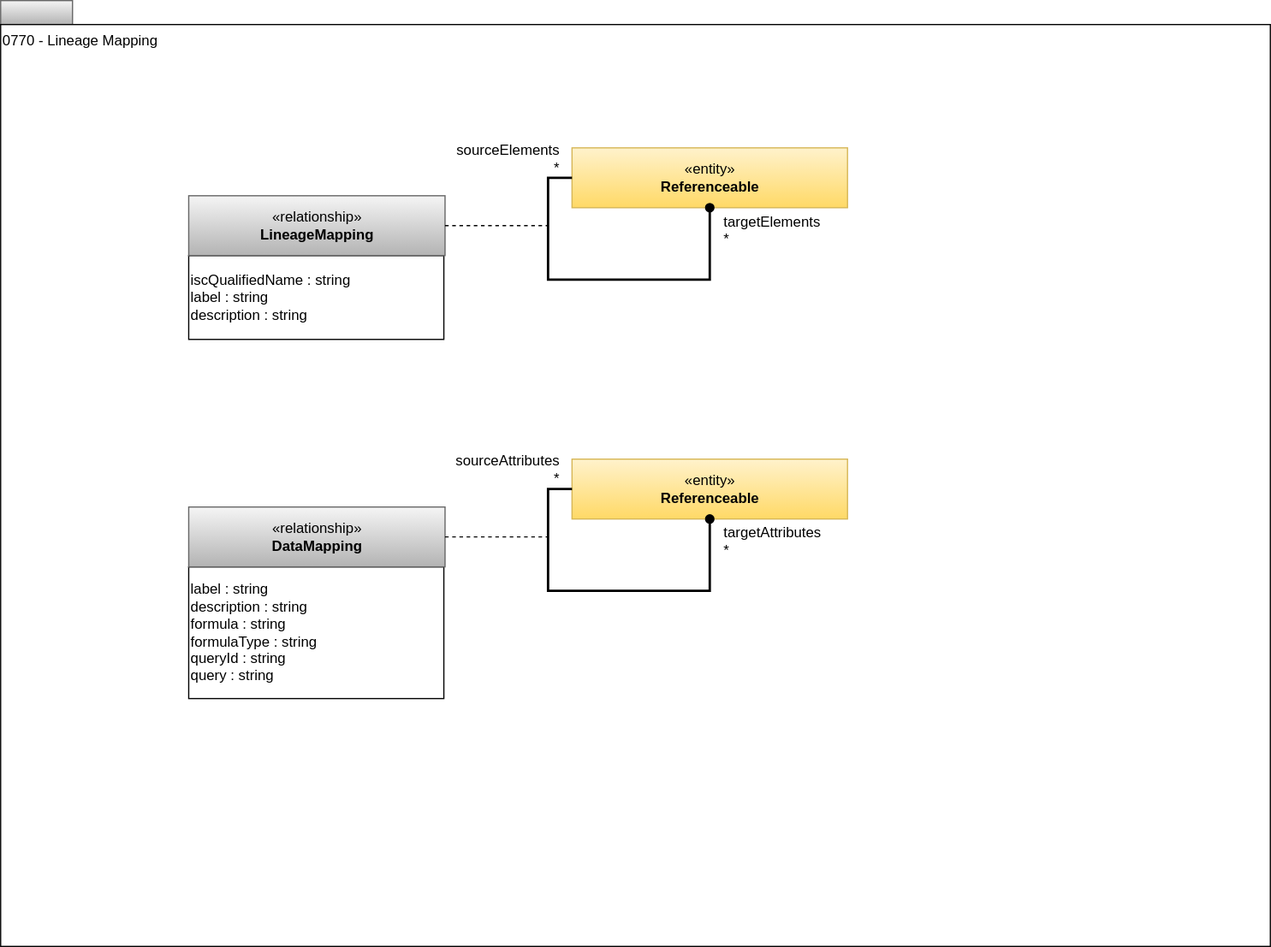
Earlier version of the draw.io export site/docs/types/7/0770-Lineage-Mapping.svg (odpi/egeria-docs). Source tidied: cells renumbered, new cells last; positions are measured from the earlier drawing's top-left corner, leaving out a move shared by most shapes.
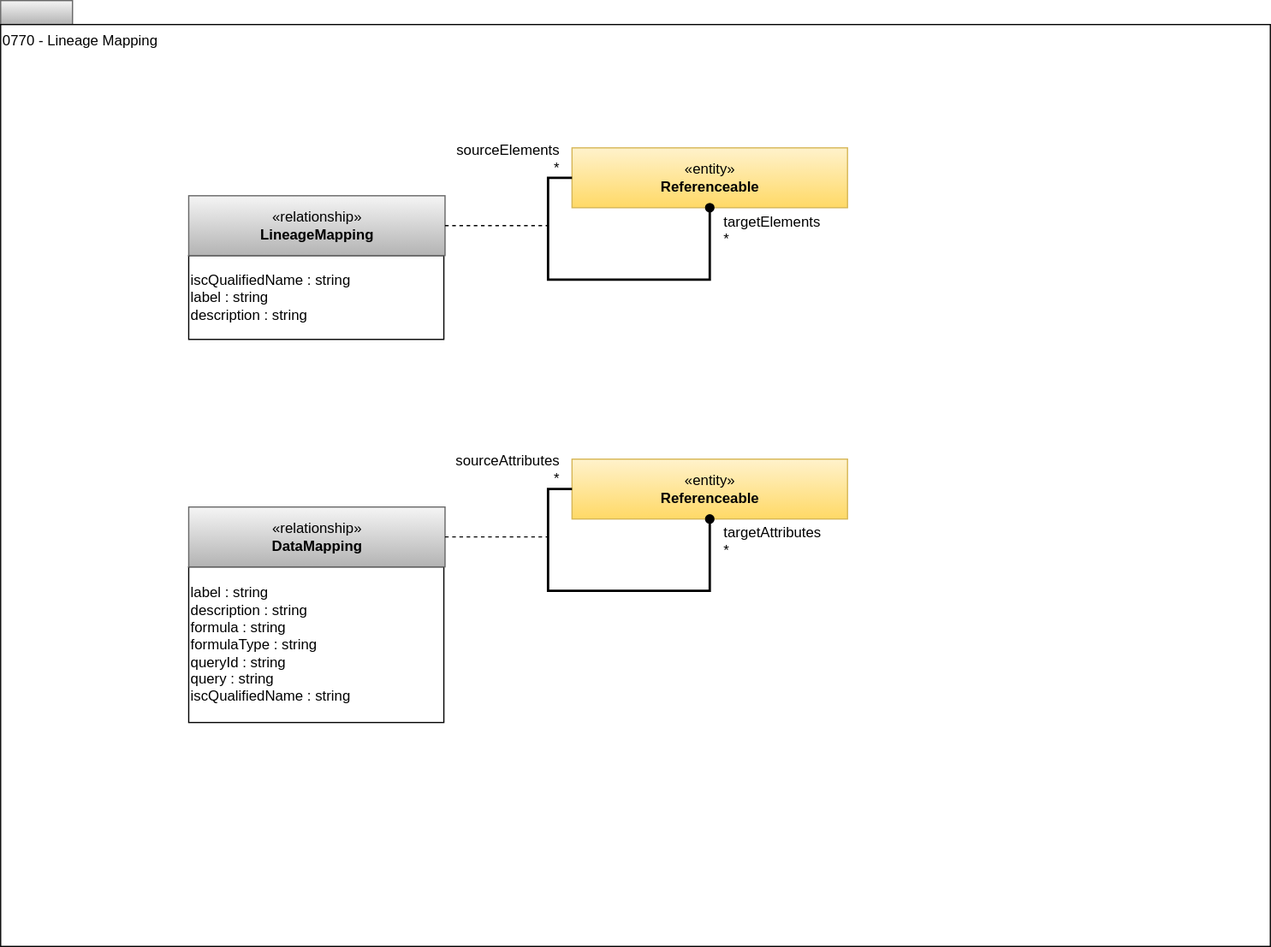
The same diagram one commit later.

The edit, as a diff of the source:
```diff
@@ -44,8 +44,8 @@
     <mxCell id="11" value="«entity»&lt;br&gt;&lt;b&gt;Referenceable&lt;/b&gt;" style="html=1;strokeColor=#d6b656;align=center;fillColor=#fff2cc;gradientColor=#ffd966;" parent="1" vertex="1">
       <mxGeometry x="477" y="383" width="230" height="50" as="geometry" />
     </mxCell>
-    <mxCell id="12" value="&lt;div style=&quot;text-align: left&quot;&gt;&lt;span style=&quot;background-color: transparent; color: light-dark(rgb(0, 0, 0), rgb(255, 255, 255));&quot;&gt;label : string&lt;/span&gt;&lt;br&gt;&lt;/div&gt;&lt;div style=&quot;text-align: left&quot;&gt;description : string&lt;br&gt;&lt;/div&gt;&lt;div style=&quot;text-align: left&quot;&gt;formula : string&lt;/div&gt;&lt;div style=&quot;text-align: left&quot;&gt;formulaType : string&lt;/div&gt;&lt;div style=&quot;text-align: left&quot;&gt;queryId : string&lt;/div&gt;&lt;div style=&quot;text-align: left&quot;&gt;query : string&lt;/div&gt;" style="rounded=0;whiteSpace=wrap;html=1;strokeColor=#000000;gradientColor=#ffffff;align=left;" parent="1" vertex="1">
-      <mxGeometry x="157" y="473" width="213" height="110" as="geometry" />
+    <mxCell id="12" value="&lt;div style=&quot;text-align: left&quot;&gt;&lt;span style=&quot;background-color: transparent; color: light-dark(rgb(0, 0, 0), rgb(255, 255, 255));&quot;&gt;label : string&lt;/span&gt;&lt;br&gt;&lt;/div&gt;&lt;div style=&quot;text-align: left&quot;&gt;description : string&lt;br&gt;&lt;/div&gt;&lt;div style=&quot;text-align: left&quot;&gt;formula : string&lt;/div&gt;&lt;div style=&quot;text-align: left&quot;&gt;formulaType : string&lt;/div&gt;&lt;div style=&quot;text-align: left&quot;&gt;queryId : string&lt;/div&gt;&lt;div style=&quot;text-align: left&quot;&gt;query : string&lt;/div&gt;&lt;div style=&quot;text-align: left&quot;&gt;&lt;div&gt;iscQualifiedName : string&lt;/div&gt;&lt;/div&gt;" style="rounded=0;whiteSpace=wrap;html=1;strokeColor=#000000;gradientColor=#ffffff;align=left;" parent="1" vertex="1">
+      <mxGeometry x="157" y="473" width="213" height="130" as="geometry" />
     </mxCell>
     <mxCell id="13" value="«relationship»&lt;br&gt;&lt;b&gt;DataMapping&lt;/b&gt;" style="html=1;strokeColor=#666666;align=center;fillColor=#f5f5f5;gradientColor=#b3b3b3;" parent="1" vertex="1">
       <mxGeometry x="157" y="423" width="214" height="50" as="geometry" />
```
